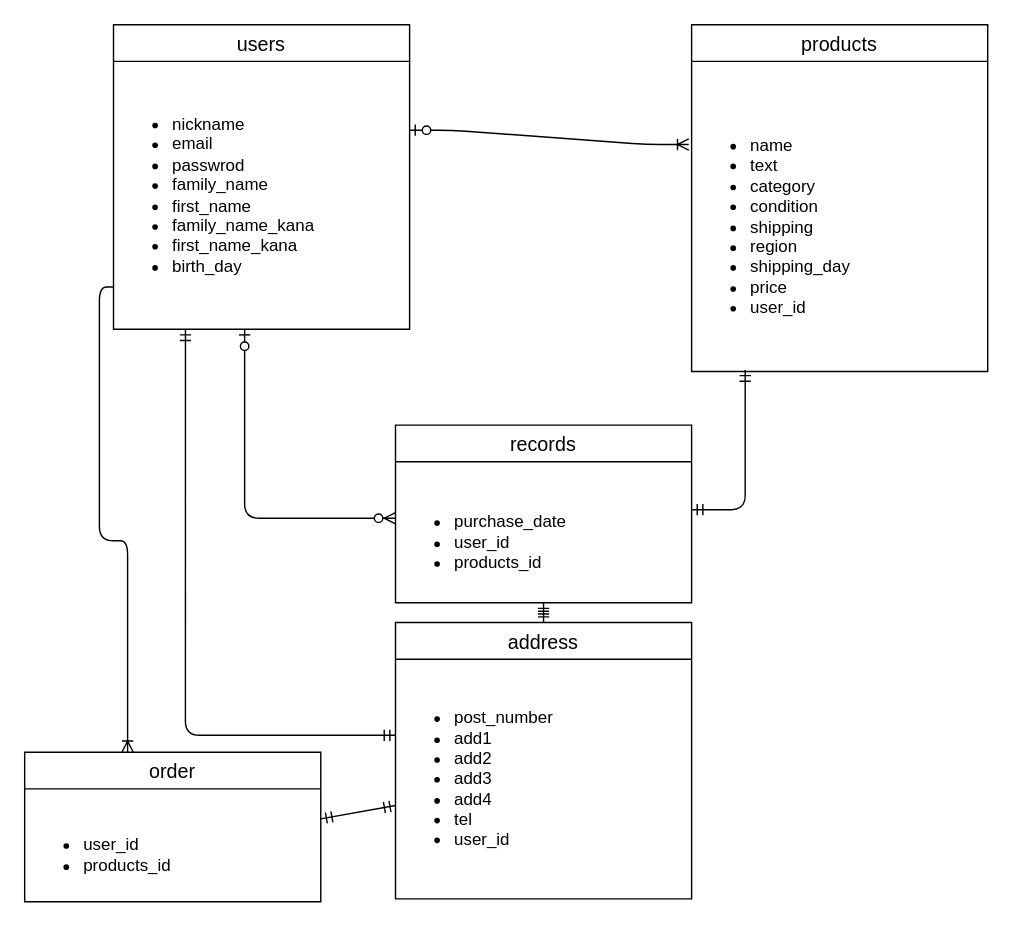
atsutomori-82/furima-31696 keeps this draw.io diagram as furima-31696.dio. Above is the earlier version. Source tidied: cells renumbered, new cells numbered last; positions are measured from the earlier drawing's top-left corner, leaving out a move shared by most shapes. Both pictures are drawn from the tidied source at 141%, with x=0, y=0 at pixel (24, 24).
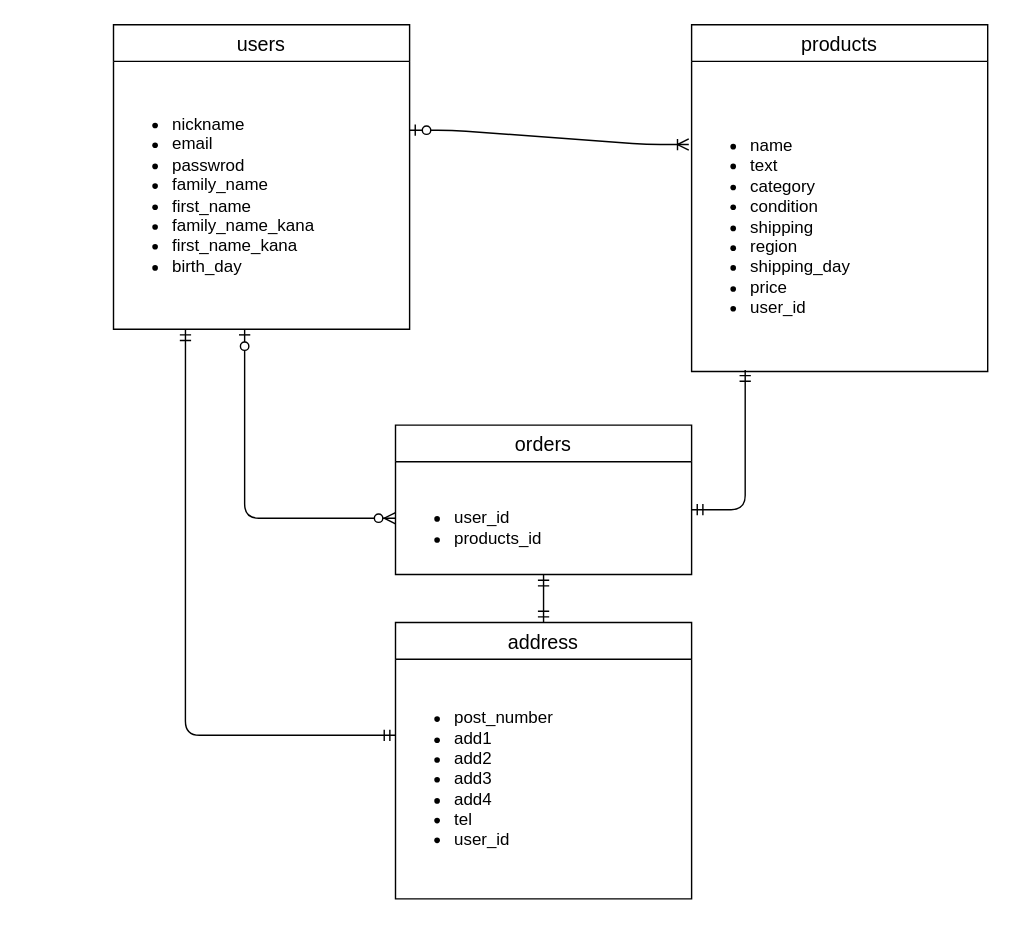
The same diagram, later.

The change refers to these unchanged cells:
```xml
<mxCell id="3" value="&lt;ul&gt;&lt;li&gt;nickname&lt;/li&gt;&lt;li&gt;email&lt;/li&gt;&lt;li&gt;passwrod&lt;/li&gt;&lt;li&gt;family_name&lt;/li&gt;&lt;li&gt;first_name&lt;/li&gt;&lt;li&gt;family_name_kana&lt;/li&gt;&lt;li&gt;first_name_kana&lt;/li&gt;&lt;li&gt;birth_day&lt;/li&gt;&lt;/ul&gt;" style="text;html=1;align=left;verticalAlign=middle;points=[];" parent="2" vertex="1">
  <mxGeometry y="26" width="210" height="190" as="geometry" />
</mxCell>
<mxCell id="7" value="&lt;ul&gt;&lt;li&gt;post_number&lt;/li&gt;&lt;li&gt;add1&lt;/li&gt;&lt;li&gt;add2&lt;/li&gt;&lt;li&gt;add3&lt;/li&gt;&lt;li&gt;add4&lt;/li&gt;&lt;li&gt;tel&lt;/li&gt;&lt;li&gt;user_id&lt;/li&gt;&lt;/ul&gt;" style="text;html=1;align=left;verticalAlign=middle;points=[];" parent="6" vertex="1">
  <mxGeometry y="26" width="210" height="170" as="geometry" />
</mxCell>
```

Diff of the diagram source:
```diff
@@
-    <mxCell id="4" value="records" style="swimlane;fontStyle=0;horizontal=1;startSize=26;align=center;fontSize=14;rounded=0;sketch=0;" parent="1" vertex="1">
-      <mxGeometry x="263" y="284" width="210" height="126" as="geometry" />
+    <mxCell id="4" value="orders" style="swimlane;fontStyle=0;horizontal=1;startSize=26;align=center;fontSize=14;rounded=0;sketch=0;" parent="1" vertex="1">
+      <mxGeometry x="263" y="284" width="210" height="106" as="geometry" />
     </mxCell>
-    <mxCell id="5" value="&lt;br&gt;&lt;ul&gt;&lt;li&gt;purchase_date&lt;/li&gt;&lt;li&gt;user_id&lt;/li&gt;&lt;li&gt;products_id&lt;/li&gt;&lt;/ul&gt;" style="text;html=1;align=left;verticalAlign=middle;points=[];" parent="4" vertex="1">
-      <mxGeometry y="26" width="210" height="100" as="geometry" />
+    <mxCell id="5" value="&lt;br&gt;&lt;ul&gt;&lt;li&gt;user_id&lt;/li&gt;&lt;li&gt;products_id&lt;/li&gt;&lt;/ul&gt;" style="text;html=1;align=left;verticalAlign=middle;points=[];" parent="4" vertex="1">
+      <mxGeometry y="26" width="210" height="80" as="geometry" />
     </mxCell>
@@
-    <mxCell id="15" value="order" style="swimlane;fontStyle=0;horizontal=1;startSize=26;align=center;fontSize=14;rounded=0;sketch=0;" parent="1" vertex="1">
-      <mxGeometry y="516" width="210" height="106" as="geometry" />
-    </mxCell>
-    <mxCell id="16" value="&lt;br&gt;&lt;ul&gt;&lt;li&gt;user_id&lt;/li&gt;&lt;li&gt;products_id&lt;/li&gt;&lt;/ul&gt;" style="text;html=1;align=left;verticalAlign=middle;points=[];" parent="15" vertex="1">
-      <mxGeometry y="26" width="210" height="80" as="geometry" />
-    </mxCell>
-    <mxCell id="17" style="fontSize=12;html=1;endArrow=ERoneToMany;align=center;edgeStyle=orthogonalEdgeStyle;" parent="1" edge="1" source="3" target="15">
-      <mxGeometry relative="1" as="geometry">
-        <Array as="points">
-          <mxPoint x="53" y="186" />
-          <mxPoint x="53" y="366" />
-          <mxPoint x="73" y="366" />
-        </Array>
-      </mxGeometry>
-    </mxCell>
-    <mxCell id="18" style="fontSize=12;html=1;endArrow=ERmandOne;startArrow=ERmandOne;align=center;" parent="1" edge="1" source="16" target="7">
-      <mxGeometry relative="1" as="geometry" />
-    </mxCell>
```
